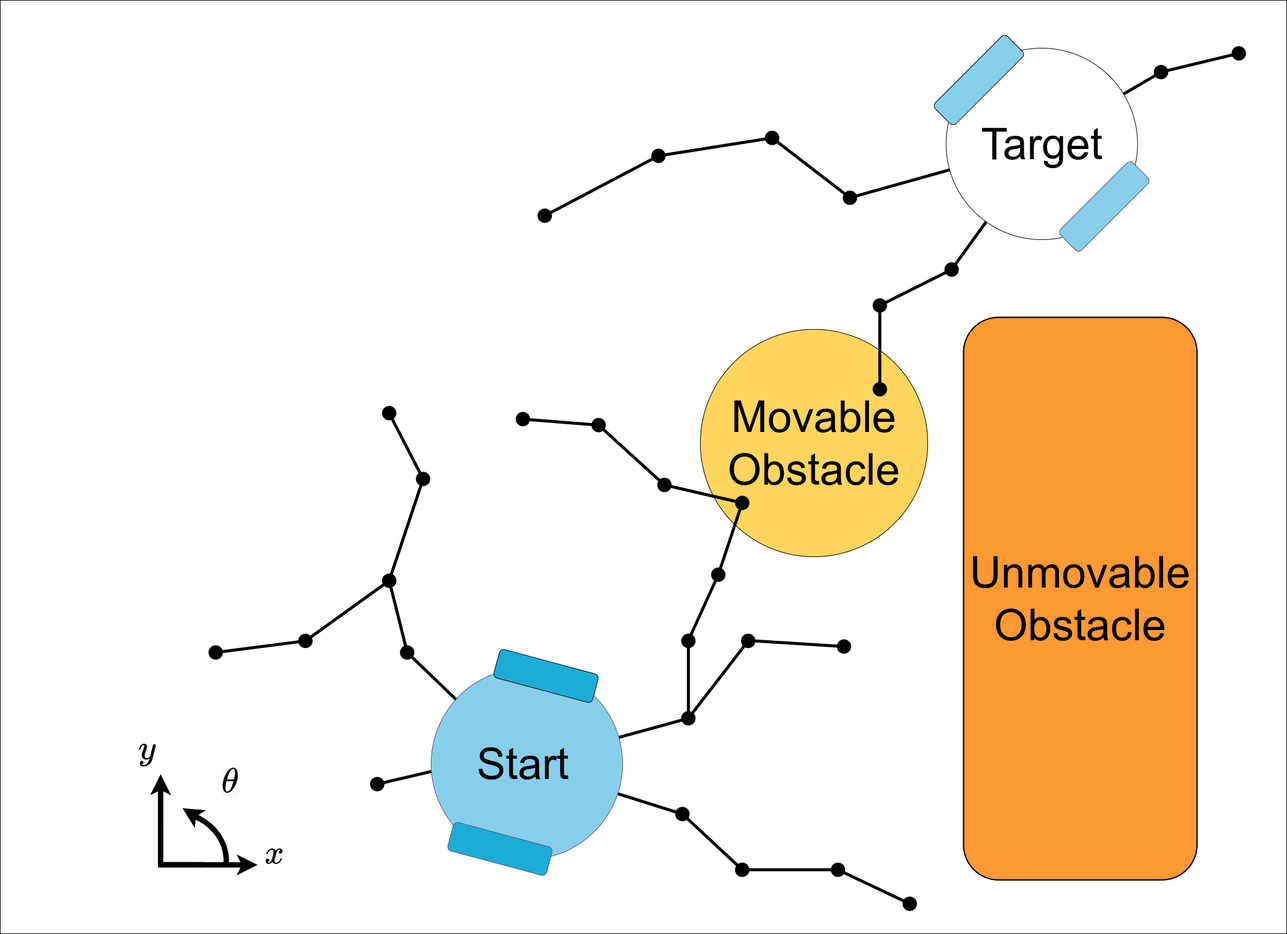
This is thesis-report/figures/required_background/mp/1mp_init.drawio.png from GijsGroote/thesis, a draw.io export, as it was before one commit. Source tidied: cells renumbered, new cells last; positions are measured from the earlier drawing's top-left corner, leaving out a move shared by most shapes.
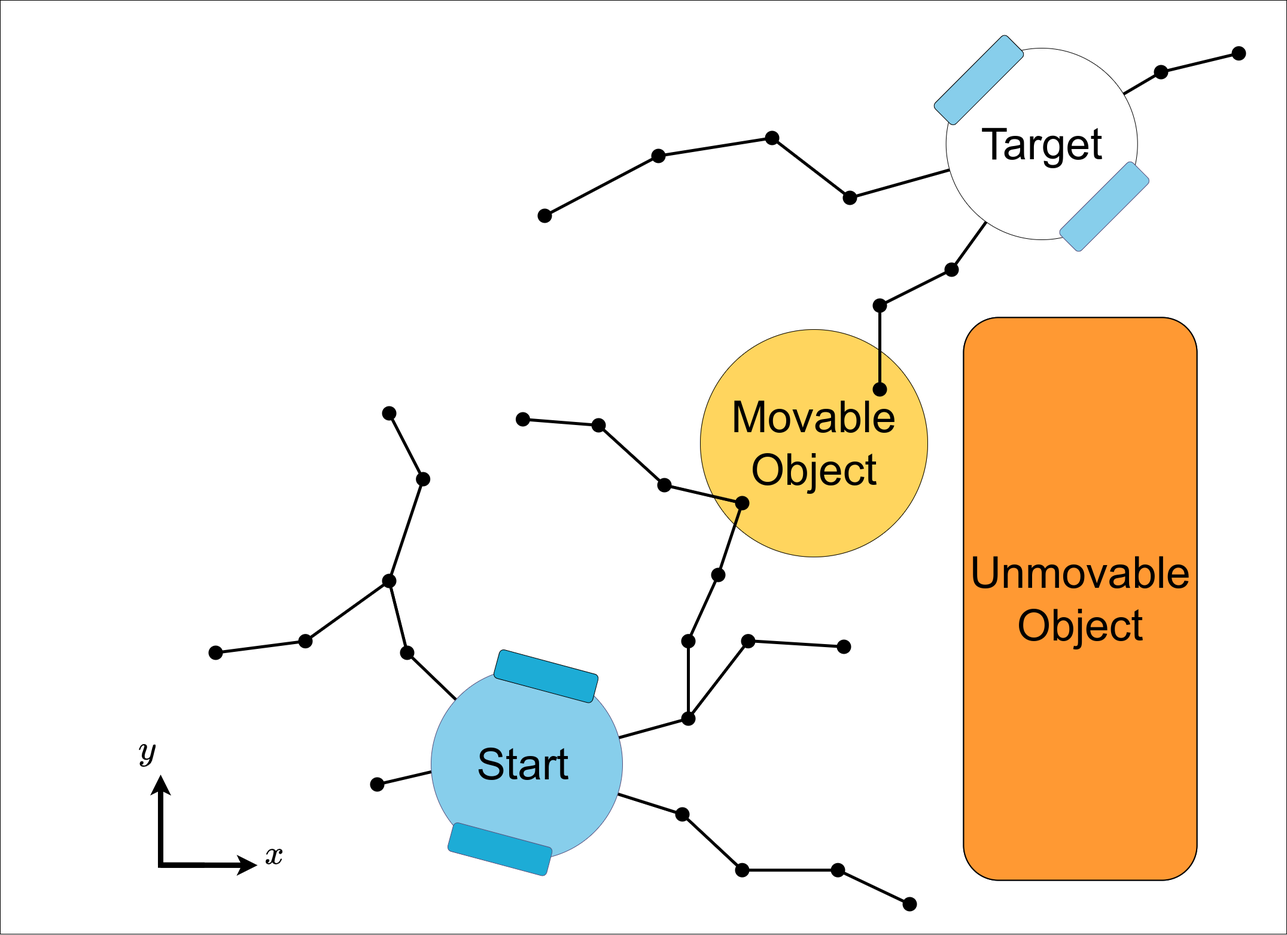
After the commit.

The edit, as a diff of the source:
```diff
@@ -2,16 +2,19 @@
   <root>
     <mxCell id="0" />
     <mxCell id="1" parent="0" />
+    <mxCell id="75" style="rounded=0;whiteSpace=wrap;html=1;fillColor=none;" parent="1" vertex="1">
+      <mxGeometry width="2150" height="1560" as="geometry" />
+    </mxCell>
     <mxCell id="2" value="&lt;font style=&quot;font-size: 50px;&quot;&gt;Unmovable&lt;br&gt;Obstacle&lt;/font&gt;" style="rounded=1;whiteSpace=wrap;html=1;strokeWidth=2;fillColor=#FF9933;" parent="1" vertex="1">
       <mxGeometry x="1610" y="530" width="390" height="940" as="geometry" />
     </mxCell>
     <mxCell id="3" value="&lt;font style=&quot;font-size: 50px;&quot;&gt;Movable&lt;br&gt;Obstacle&lt;/font&gt;" style="ellipse;whiteSpace=wrap;html=1;fillColor=#fff2cc;strokeColor=#d6b656;" parent="1" vertex="1">
       <mxGeometry x="1170" y="550" width="380" height="380" as="geometry" />
     </mxCell>
-    <mxCell id="4" value="&lt;font style=&quot;font-size: 73px;&quot;&gt;Movable&lt;br&gt;Obstacle&lt;/font&gt;" style="ellipse;whiteSpace=wrap;html=1;fillColor=#FFD55E;" parent="1" vertex="1">
+    <mxCell id="4" value="&lt;font style=&quot;font-size: 73px;&quot;&gt;Movable&lt;br&gt;Object&lt;br&gt;&lt;/font&gt;" style="ellipse;whiteSpace=wrap;html=1;fillColor=#FFD55E;" parent="1" vertex="1">
       <mxGeometry x="1170" y="550" width="380" height="380" as="geometry" />
     </mxCell>
-    <mxCell id="5" value="&lt;font style=&quot;font-size: 73px;&quot;&gt;Unmovable&lt;br&gt;Obstacle&lt;/font&gt;" style="rounded=1;whiteSpace=wrap;html=1;strokeWidth=2;fillColor=#FF9933;" parent="1" vertex="1">
+    <mxCell id="5" value="&lt;font style=&quot;font-size: 73px;&quot;&gt;Unmovable&lt;br&gt;Object&lt;br&gt;&lt;/font&gt;" style="rounded=1;whiteSpace=wrap;html=1;strokeWidth=2;fillColor=#FF9933;" parent="1" vertex="1">
       <mxGeometry x="1610" y="530" width="390" height="940" as="geometry" />
     </mxCell>
     <mxCell id="6" style="endArrow=classic;html=1;rounded=0;strokeWidth=9;" parent="1" edge="1">
@@ -38,17 +41,6 @@
     <mxCell id="9" value="&lt;font style=&quot;font-size: 50px;&quot;&gt;$$y$$&lt;/font&gt;" style="text;html=1;align=center;verticalAlign=middle;strokeColor=none;fillColor=none;strokeWidth=9;" parent="1" vertex="1">
       <mxGeometry x="165" y="1216" width="160" height="70" as="geometry" />
     </mxCell>
-    <mxCell id="10" style="curved=1;endArrow=classic;html=1;rounded=0;strokeWidth=9;exitX=0.759;exitY=0.073;exitDx=0;exitDy=0;exitPerimeter=0;" parent="1" edge="1" source="11">
-      <mxGeometry relative="1" as="geometry">
-        <mxPoint x="304.5" y="1350.2" as="targetPoint" />
-      </mxGeometry>
-    </mxCell>
-    <mxCell id="11" style="verticalLabelPosition=bottom;verticalAlign=top;html=1;shape=mxgraph.basic.arc;strokeColor=#000000;strokeWidth=9;startAngle=0.06334594575366959;endAngle=0.2644289691881523;shadow=0;" parent="1" vertex="1">
-      <mxGeometry x="194.8" y="1356.2" width="182.8" height="163.3" as="geometry" />
-    </mxCell>
-    <mxCell id="12" value="&lt;span style=&quot;color: rgb(0, 0, 0); font-family: Helvetica; font-style: normal; font-variant-ligatures: normal; font-variant-caps: normal; font-weight: 400; letter-spacing: normal; orphans: 2; text-align: center; text-indent: 0px; text-transform: none; widows: 2; word-spacing: 0px; -webkit-text-stroke-width: 0px; background-color: rgb(248, 249, 250); text-decoration-thickness: initial; text-decoration-style: initial; text-decoration-color: initial; float: none; display: inline !important;&quot;&gt;&lt;font style=&quot;font-size: 50px;&quot;&gt;$$\theta$$&lt;/font&gt;&lt;/span&gt;" style="text;whiteSpace=wrap;html=1;fontSize=42;strokeWidth=1;" parent="1" vertex="1">
-      <mxGeometry x="368" y="1270" width="82.3" height="94.6" as="geometry" />
-    </mxCell>
     <mxCell id="13" value="&lt;font style=&quot;font-size: 50px;&quot;&gt;$$x$$&lt;/font&gt;" style="text;html=1;align=center;verticalAlign=middle;strokeColor=none;fillColor=none;strokeWidth=2;" parent="1" vertex="1">
       <mxGeometry x="377.7" y="1391.4" width="160" height="70" as="geometry" />
     </mxCell>
@@ -266,9 +258,6 @@
     <mxCell id="74" style="shape=waypoint;sketch=0;fillStyle=solid;size=6;fillColor=none;perimeter=centerPerimeter;fontSize=41;strokeColor=#000000;strokeWidth=10;" parent="1" vertex="1">
       <mxGeometry x="1090" y="790" width="40" height="40" as="geometry" />
     </mxCell>
-    <mxCell id="75" style="rounded=0;whiteSpace=wrap;html=1;fillColor=none;" parent="1" vertex="1">
-      <mxGeometry width="2150" height="1560" as="geometry" />
-    </mxCell>
     <mxCell id="76" style="endArrow=none;html=1;rounded=0;fontSize=41;strokeWidth=5;entryX=0.481;entryY=0.625;entryDx=0;entryDy=0;entryPerimeter=0;strokeColor=#000000;" parent="1" edge="1">
       <mxGeometry relative="1" as="geometry">
         <mxPoint x="1100" y="260" as="sourcePoint" />
```
